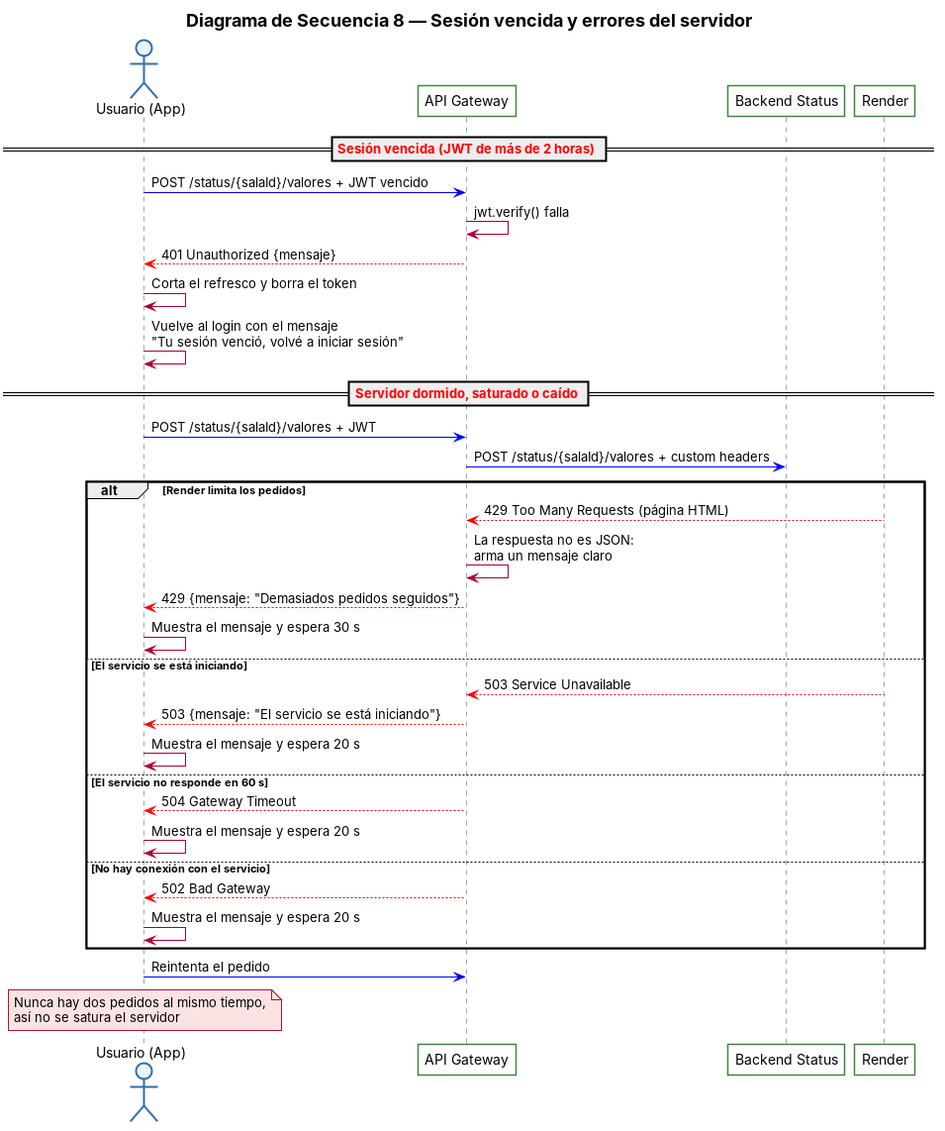
This is docs/diagramas/9-secuencia-errores.png from tatianaperalta2013/panel-asistencia-comunicacion, a PlantUML export, as it was before one commit. Its source is kept beside it as docs/diagramas/9-secuencia-errores.puml. Its diagram source:
```plantuml
@startuml 9-secuencia-errores
title <size:18><b>Diagrama de Secuencia 8 — Sesión vencida y errores del servidor</b></size>
skinparam defaultFontName Arial
skinparam shadowing false
skinparam ParticipantBackgroundColor #FFFFFF
skinparam ParticipantBorderColor #3C873A
skinparam ActorBackgroundColor #EAF2FB
skinparam ActorBorderColor #2F6FB0
skinparam DatabaseBackgroundColor #FFF8EC
skinparam DatabaseBorderColor #8C6D3F
skinparam SequenceLifeLineBorderColor #9AA5B1
skinparam NoteBackgroundColor #FBE3E4
skinparam NoteBorderColor #A6192E

actor "Usuario (App)" as A
participant "API Gateway" as GW
participant "Backend Status" as ST
participant "Render" as R

== <color:red>Sesión vencida (JWT de más de 2 horas)</color> ==
A -[#blue]> GW: POST /status/{salaId}/valores + JWT vencido
GW -> GW: jwt.verify() falla
GW -[#red]-> A: 401 Unauthorized {mensaje}
A -> A: Corta el refresco y borra el token
A -> A: Vuelve al login con el mensaje\n"Tu sesión venció, volvé a iniciar sesión"

== <color:red>Servidor dormido, saturado o caído</color> ==
A -[#blue]> GW: POST /status/{salaId}/valores + JWT
GW -[#blue]> ST: POST /status/{salaId}/valores + custom headers

alt Render limita los pedidos
    R -[#red]-> GW: 429 Too Many Requests (página HTML)
    GW -> GW: La respuesta no es JSON:\narma un mensaje claro
    GW -[#red]-> A: 429 {mensaje: "Demasiados pedidos seguidos"}
    A -> A: Muestra el mensaje y espera 30 s
else El servicio se está iniciando
    R -[#red]-> GW: 503 Service Unavailable
    GW -[#red]-> A: 503 {mensaje: "El servicio se está iniciando"}
    A -> A: Muestra el mensaje y espera 20 s
else El servicio no responde en 60 s
    GW -[#red]-> A: 504 Gateway Timeout
    A -> A: Muestra el mensaje y espera 20 s
else No hay conexión con el servicio
    GW -[#red]-> A: 502 Bad Gateway
    A -> A: Muestra el mensaje y espera 20 s
end

A -[#blue]> GW: Reintenta el pedido
note over A: Nunca hay dos pedidos al mismo tiempo,\nasí no se satura el servidor
@enduml
```
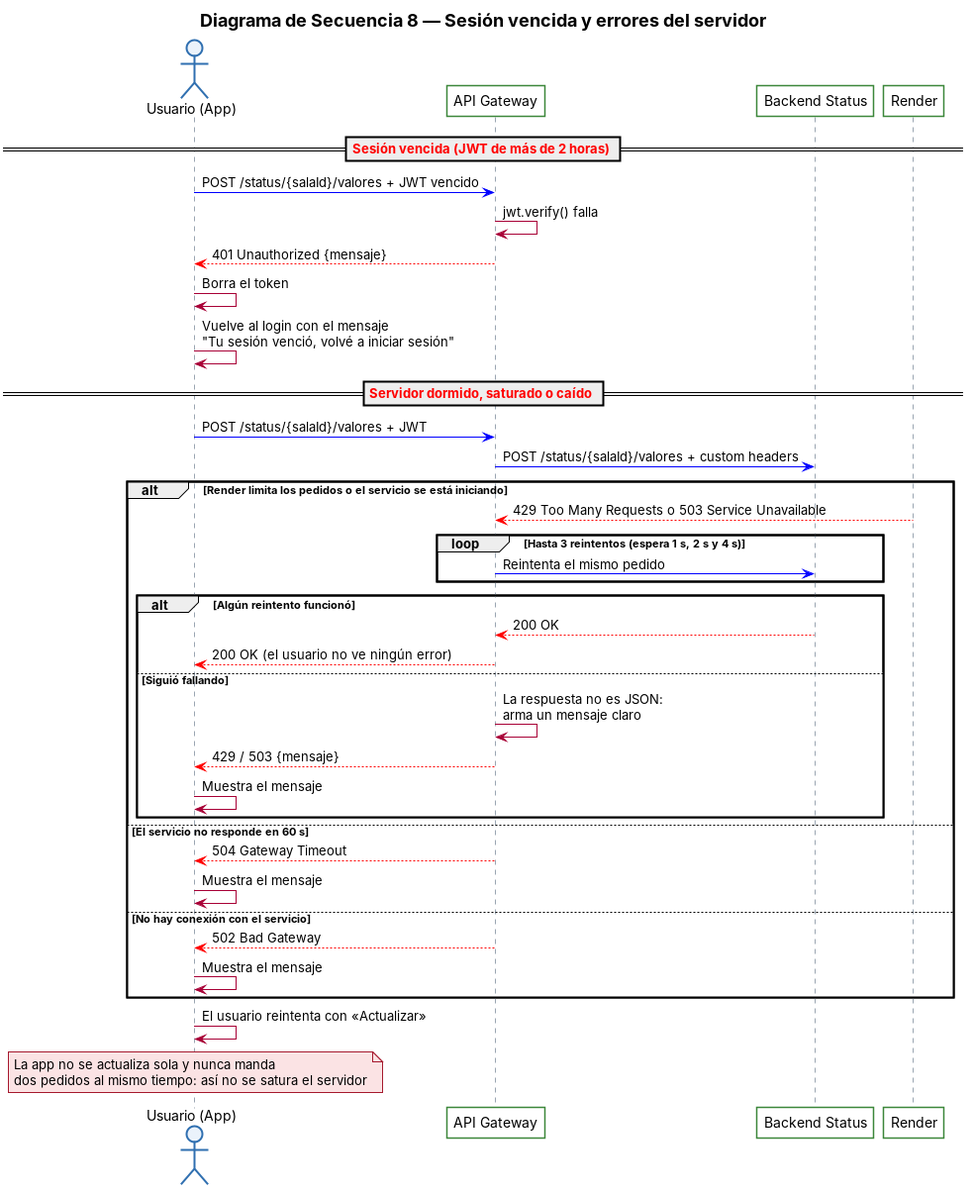
The same diagram one commit later.

The edit, as a diff of the source:
```diff
@@ -21,30 +21,34 @@
 A -[#blue]> GW: POST /status/{salaId}/valores + JWT vencido
 GW -> GW: jwt.verify() falla
 GW -[#red]-> A: 401 Unauthorized {mensaje}
-A -> A: Corta el refresco y borra el token
+A -> A: Borra el token
 A -> A: Vuelve al login con el mensaje\n"Tu sesión venció, volvé a iniciar sesión"
 
 == <color:red>Servidor dormido, saturado o caído</color> ==
 A -[#blue]> GW: POST /status/{salaId}/valores + JWT
 GW -[#blue]> ST: POST /status/{salaId}/valores + custom headers
 
-alt Render limita los pedidos
-    R -[#red]-> GW: 429 Too Many Requests (página HTML)
-    GW -> GW: La respuesta no es JSON:\narma un mensaje claro
-    GW -[#red]-> A: 429 {mensaje: "Demasiados pedidos seguidos"}
-    A -> A: Muestra el mensaje y espera 30 s
-else El servicio se está iniciando
-    R -[#red]-> GW: 503 Service Unavailable
-    GW -[#red]-> A: 503 {mensaje: "El servicio se está iniciando"}
-    A -> A: Muestra el mensaje y espera 20 s
+alt Render limita los pedidos o el servicio se está iniciando
+    R -[#red]-> GW: 429 Too Many Requests o 503 Service Unavailable
+    loop Hasta 3 reintentos (espera 1 s, 2 s y 4 s)
+        GW -[#blue]> ST: Reintenta el mismo pedido
+    end
+    alt Algún reintento funcionó
+        ST -[#red]-> GW: 200 OK
+        GW -[#red]-> A: 200 OK (el usuario no ve ningún error)
+    else Siguió fallando
+        GW -> GW: La respuesta no es JSON:\narma un mensaje claro
+        GW -[#red]-> A: 429 / 503 {mensaje}
+        A -> A: Muestra el mensaje
+    end
 else El servicio no responde en 60 s
     GW -[#red]-> A: 504 Gateway Timeout
-    A -> A: Muestra el mensaje y espera 20 s
+    A -> A: Muestra el mensaje
 else No hay conexión con el servicio
     GW -[#red]-> A: 502 Bad Gateway
-    A -> A: Muestra el mensaje y espera 20 s
+    A -> A: Muestra el mensaje
 end
 
-A -[#blue]> GW: Reintenta el pedido
-note over A: Nunca hay dos pedidos al mismo tiempo,\nasí no se satura el servidor
+A -> A: El usuario reintenta con «Actualizar»
+note over A: La app no se actualiza sola y nunca manda\ndos pedidos al mismo tiempo: así no se satura el servidor
 @enduml
```
